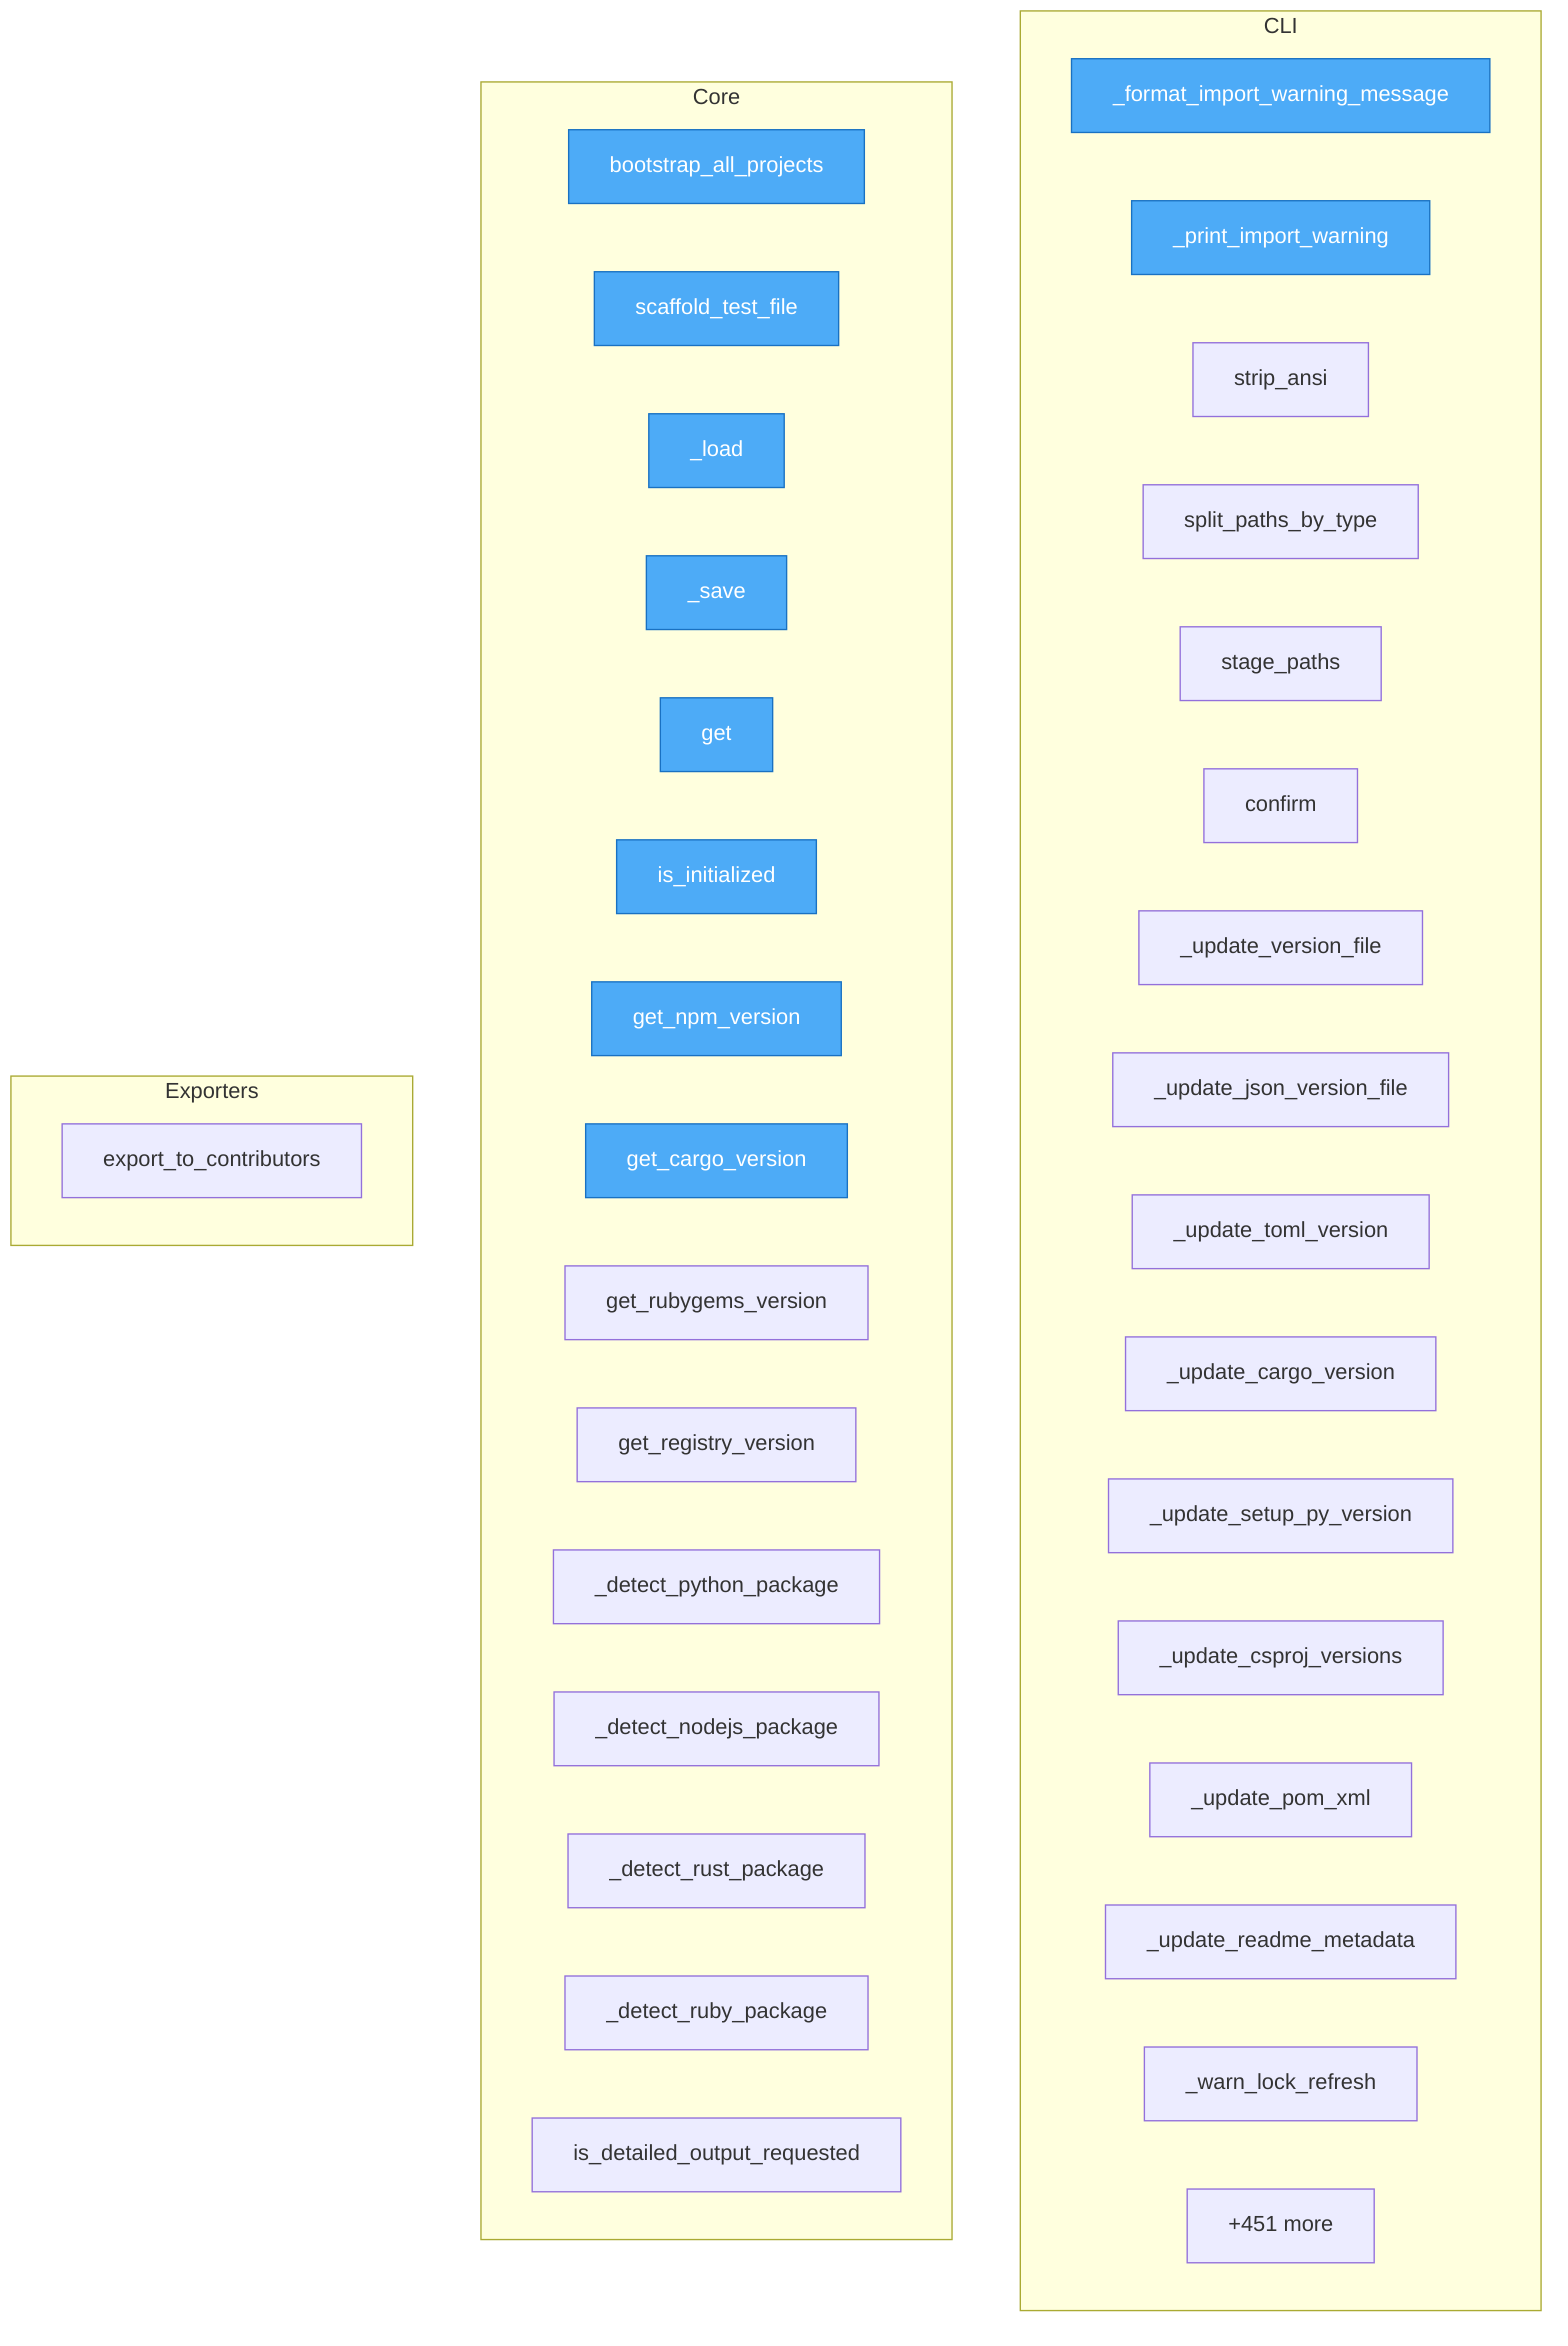
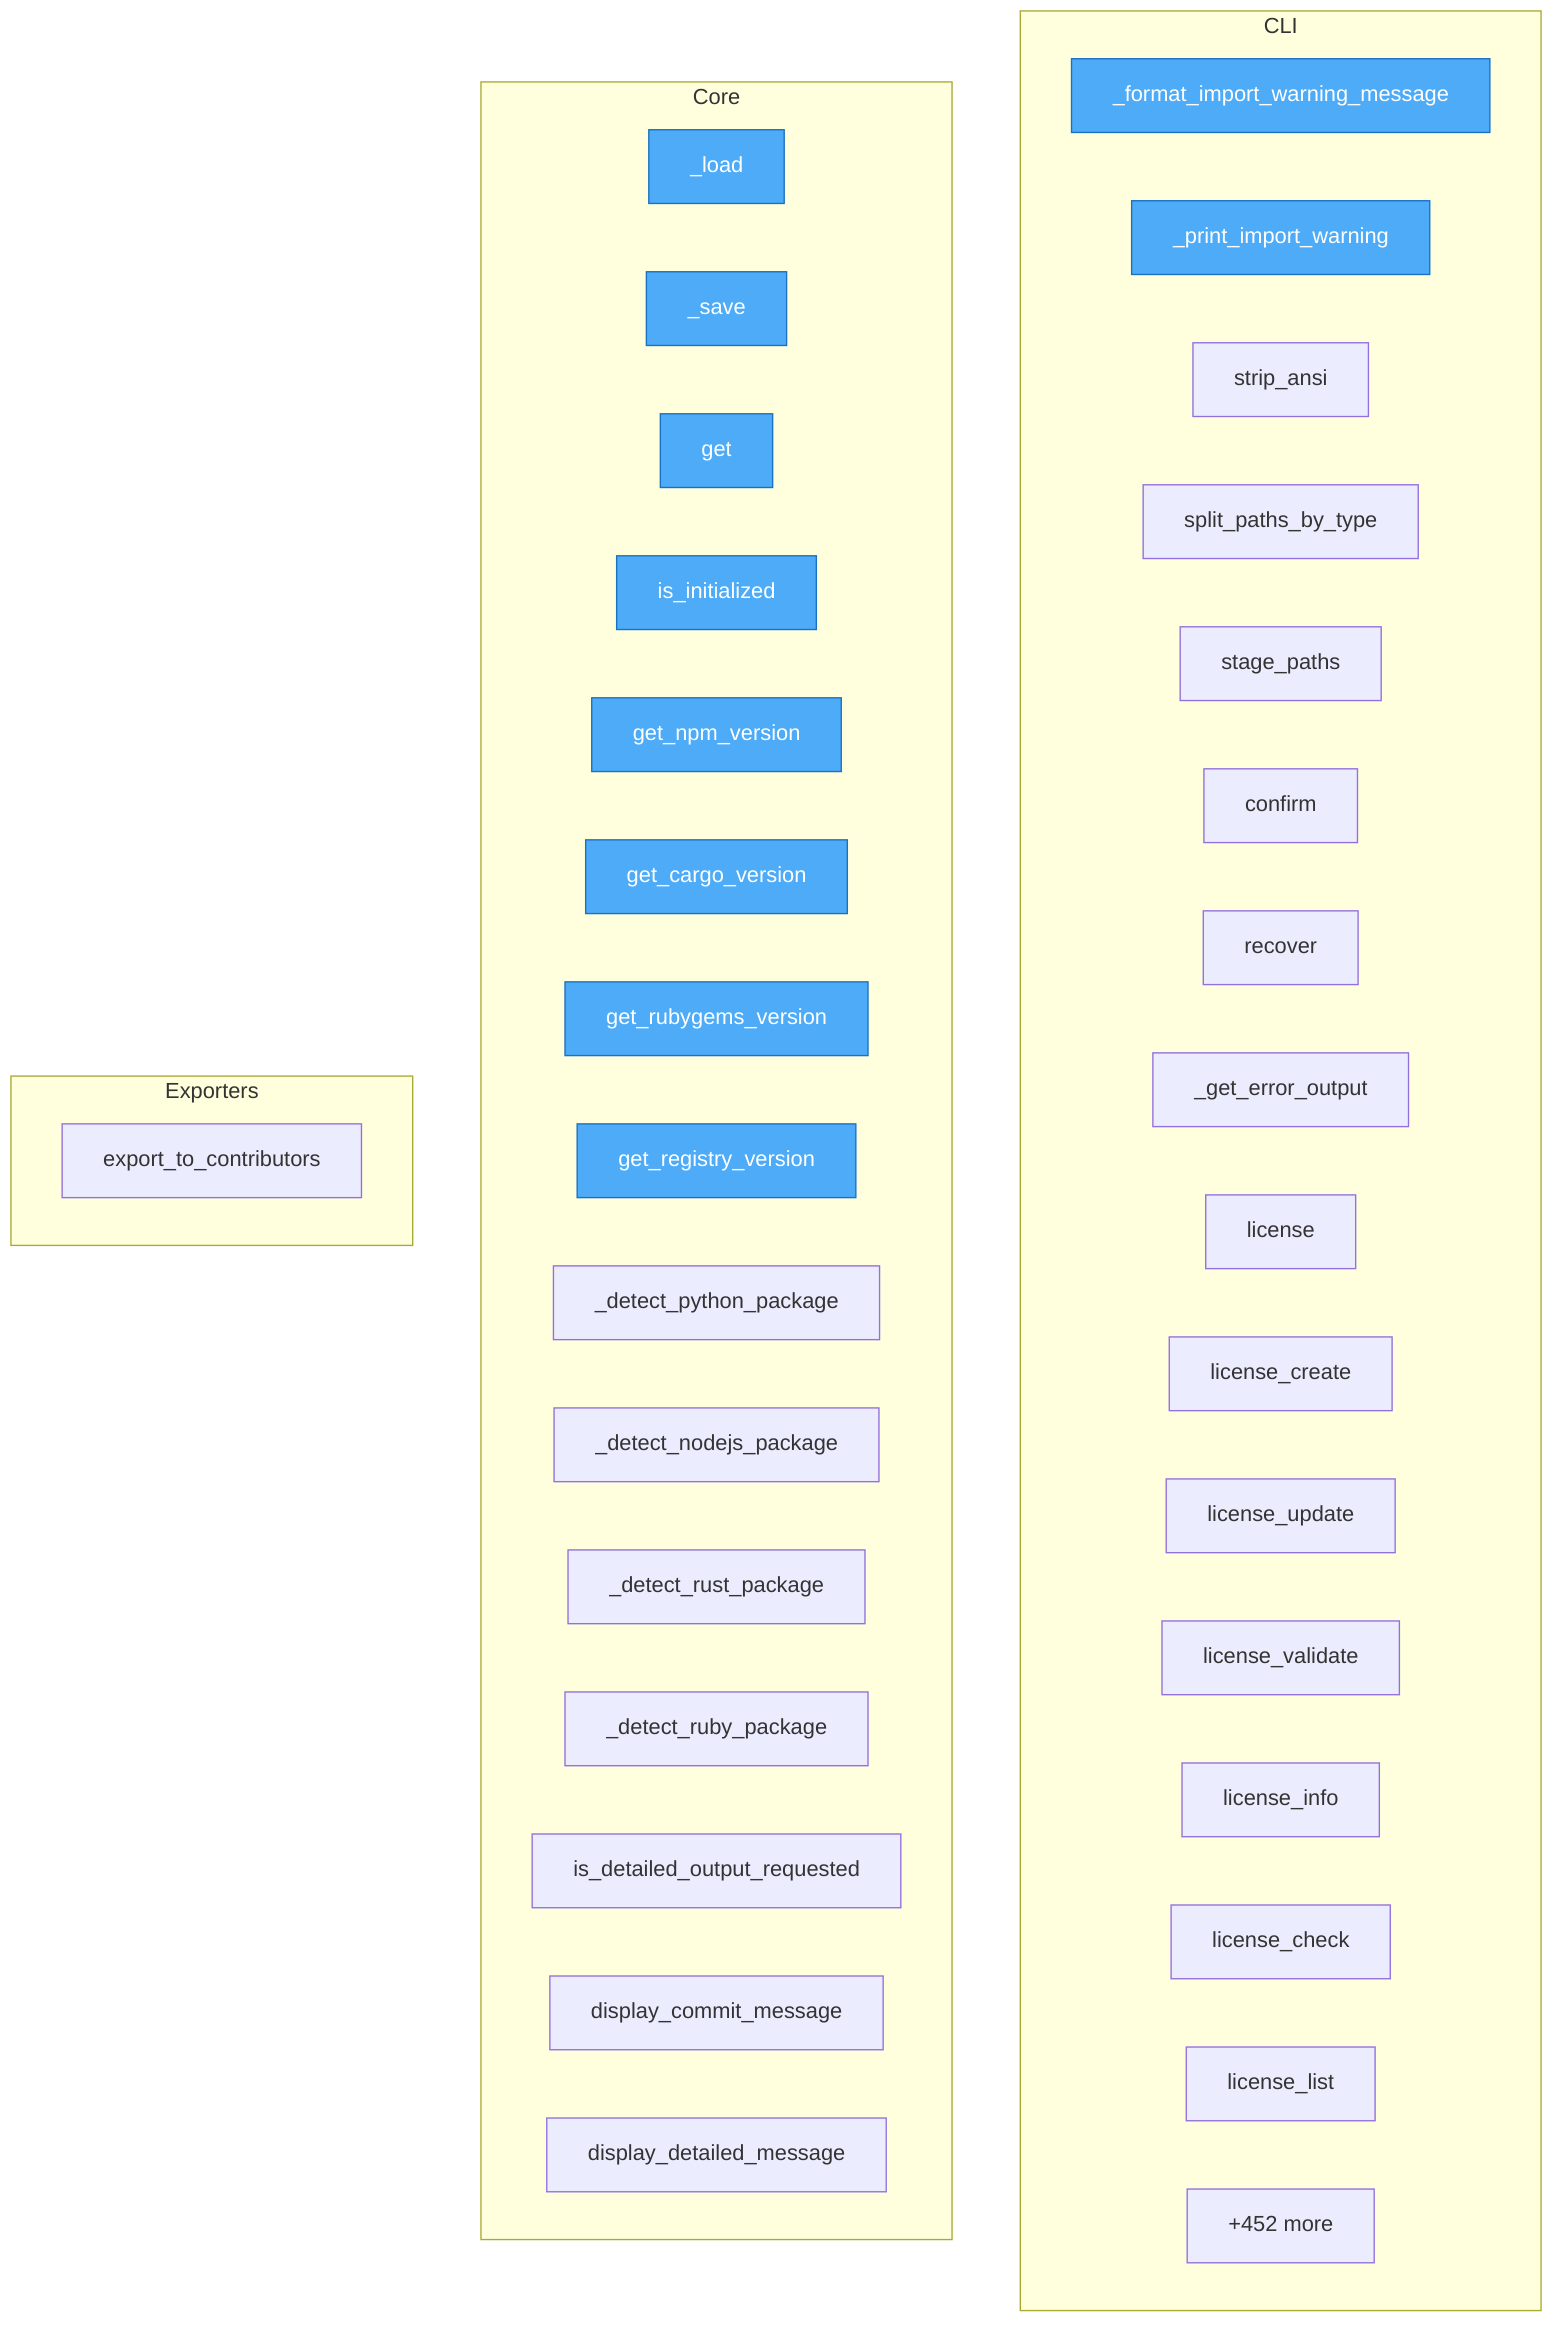
flowchart TD
%% generated in 0.02s

    %% Entry points (blue)
    classDef entry fill:#4dabf7,stroke:#1971c2,color:#fff

    subgraph CLI
        goal__cli___format_import_warning_message["_format_import_warning_message"]
        goal__cli___print_import_warning["_print_import_warning"]
        goal__cli_helpers__strip_ansi["strip_ansi"]
        goal__cli_helpers__split_paths_by_type["split_paths_by_type"]
        goal__cli_helpers__stage_paths["stage_paths"]
        goal__cli_helpers__confirm["confirm"]
-         goal__cli__version_sync___update_version_file["_update_version_file"]
-         goal__cli__version_sync___update_json_version_file["_update_json_version_file"]
-         goal__cli__version_sync___update_toml_version["_update_toml_version"]
-         goal__cli__version_sync___update_cargo_version["_update_cargo_version"]
-         goal__cli__version_sync___update_setup_py_version["_update_setup_py_version"]
-         goal__cli__version_sync___update_csproj_versions["_update_csproj_versions"]
-         goal__cli__version_sync___update_pom_xml["_update_pom_xml"]
-         goal__cli__version_sync___update_readme_metadata["_update_readme_metadata"]
-         goal__cli__version_sync___warn_lock_refresh["_warn_lock_refresh"]
-         ...["+164 more"]
+         goal__cli__recover_cmd__recover["recover"]
+         goal__cli__recover_cmd___get_error_output["_get_error_output"]
+         goal__cli__license_cmd__license["license"]
+         goal__cli__license_cmd__license_create["license_create"]
+         goal__cli__license_cmd__license_update["license_update"]
+         goal__cli__license_cmd__license_validate["license_validate"]
+         goal__cli__license_cmd__license_info["license_info"]
+         goal__cli__license_cmd__license_check["license_check"]
+         goal__cli__license_cmd__license_list["license_list"]
+         ...["+166 more"]
    end

    subgraph Core
-         goal__project_bootstrap__bootstrap_all_projects["bootstrap_all_projects"]
-         goal__project_bootstrap__scaffold_test_file["scaffold_test_file"]
        goal__user_config__UserConfig___load["_load"]
        goal__user_config__UserConfig___save["_save"]
        goal__user_config__UserConfig__get["get"]
        goal__user_config__UserConfig__is_initialized["is_initialized"]
        goal__version_validation__get_npm_version["get_npm_version"]
        goal__version_validation__get_cargo_version["get_cargo_version"]
        goal__version_validation__get_rubygems_version["get_rubygems_version"]
        goal__version_validation__get_registry_version["get_registry_version"]
        goal__version_validation___detect_python_package["_detect_python_package"]
        goal__version_validation___detect_nodejs_package["_detect_nodejs_package"]
        goal__version_validation___detect_rust_package["_detect_rust_package"]
        goal__version_validation___detect_ruby_package["_detect_ruby_package"]
        goal__commit_generator__is_detailed_output_requested["is_detailed_output_requested"]
-         ...["+451 more"]
+         goal__commit_generator__display_commit_message["display_commit_message"]
+         goal__commit_generator__display_detailed_message["display_detailed_message"]
+         ...["+452 more"]
    end

    subgraph Exporters
        goal__authors__manager__AuthorsManager__export_to_contributors["export_to_contributors"]
    end

-     class goal__project_bootstrap__bootstrap_all_projects,goal__project_bootstrap__scaffold_test_file,goal__cli___format_import_warning_message,goal__cli___print_import_warning,goal__user_config__UserConfig___load,goal__user_config__UserConfig___save,goal__user_config__UserConfig__get,goal__user_config__UserConfig__is_initialized,goal__version_validation__get_npm_version,goal__version_validation__get_cargo_version entry
+     class goal__cli___format_import_warning_message,goal__cli___print_import_warning,goal__user_config__UserConfig___load,goal__user_config__UserConfig___save,goal__user_config__UserConfig__get,goal__user_config__UserConfig__is_initialized,goal__version_validation__get_npm_version,goal__version_validation__get_cargo_version,goal__version_validation__get_rubygems_version,goal__version_validation__get_registry_version entry
